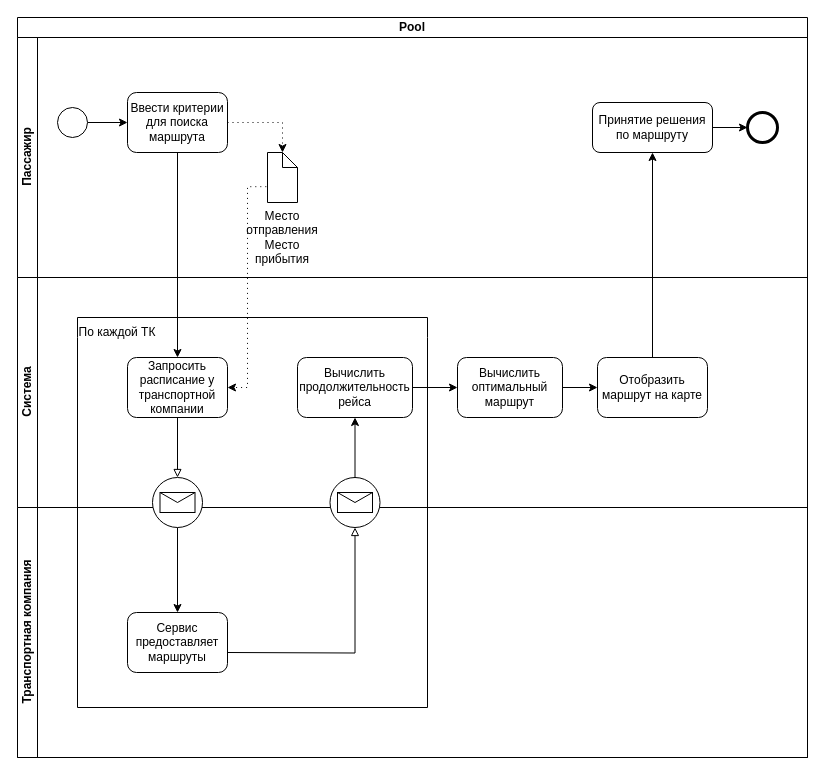
The draw.io diagram BPMN.drawio in Anaastasiya/-, before the edit. Source tidied: cells renumbered, new cells numbered last; positions are measured from the earlier drawing's top-left corner, leaving out a move shared by most shapes. Both pictures are drawn from the tidied source at 100%, with x=0, y=0 at pixel (17, 17).
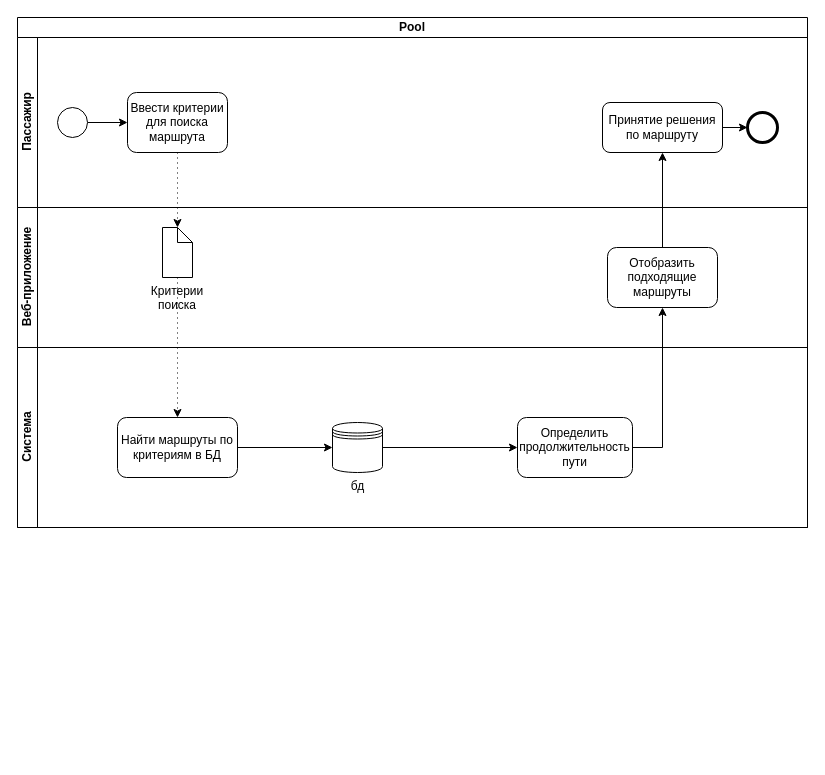
The same diagram, later.

The change refers to these unchanged cells:
```xml
<mxCell id="7" value="Ввести критерии для поиска маршрута" style="html=1;whiteSpace=wrap;rounded=1;" parent="3" vertex="1">
  <mxGeometry x="110" y="55" width="100" height="60" as="geometry" />
</mxCell>
```

Diff of the diagram source:
```diff
@@
     <mxCell id="2" value="Pool" style="swimlane;html=1;horizontal=1;startSize=20;whiteSpace=wrap;" parent="1" vertex="1">
-      <mxGeometry width="790" height="740" as="geometry" />
+      <mxGeometry width="790" height="510" as="geometry" />
     </mxCell>
     <mxCell id="3" value="Пассажир" style="swimlane;html=1;startSize=20;horizontal=0;" parent="2" vertex="1">
-      <mxGeometry y="20" width="790" height="240" as="geometry" />
+      <mxGeometry y="20" width="790" height="170" as="geometry" />
     </mxCell>
@@
-    <mxCell id="6" style="edgeStyle=orthogonalEdgeStyle;rounded=0;jettySize=auto;html=1;exitX=1;exitY=0.5;exitDx=0;exitDy=0;entryX=0;entryY=0;entryDx=15;entryDy=0;entryPerimeter=0;endArrow=classic;endFill=1;dashed=1;dashPattern=1 4;" parent="3" edge="1" source="7" target="8">
-      <mxGeometry relative="1" as="geometry" />
-    </mxCell>
@@
-    <mxCell id="8" value="Место отправления&lt;br&gt;Место прибытия" style="shape=mxgraph.bpmn.data;labelPosition=center;verticalLabelPosition=bottom;align=center;verticalAlign=top;whiteSpace=wrap;size=15;html=1;" parent="3" vertex="1">
-      <mxGeometry x="250" y="115" width="30" height="50" as="geometry" />
-    </mxCell>
@@
     <mxCell id="10" value="Принятие решения по маршруту" style="html=1;whiteSpace=wrap;rounded=1;" parent="3" vertex="1">
-      <mxGeometry x="575" y="65" width="120" height="50" as="geometry" />
+      <mxGeometry x="585" y="65" width="120" height="50" as="geometry" />
     </mxCell>
@@
-    <mxCell id="12" style="edgeStyle=orthogonalEdgeStyle;rounded=0;jettySize=auto;html=1;entryX=0.5;entryY=0;entryDx=0;entryDy=0;" parent="2" edge="1" source="7" target="29">
-      <mxGeometry relative="1" as="geometry" />
-    </mxCell>
+    <mxCell id="32" value="Веб-приложение" style="swimlane;html=1;startSize=20;horizontal=0;" parent="2" vertex="1">
+      <mxGeometry y="190" width="790" height="140" as="geometry" />
+    </mxCell>
+    <mxCell id="8" value="Критерии поиска" style="shape=mxgraph.bpmn.data;labelPosition=center;verticalLabelPosition=bottom;align=center;verticalAlign=top;whiteSpace=wrap;size=15;html=1;" parent="32" vertex="1">
+      <mxGeometry x="145" y="20" width="30" height="50" as="geometry" />
+    </mxCell>
+    <mxCell id="16" value="Отобразить подходящие маршруты" style="html=1;whiteSpace=wrap;rounded=1;" parent="32" vertex="1">
+      <mxGeometry x="590" y="40" width="110" height="60" as="geometry" />
+    </mxCell>
+    <mxCell id="19" style="edgeStyle=orthogonalEdgeStyle;rounded=0;jettySize=auto;html=1;endArrow=classic;endFill=1;entryX=0.5;entryY=1;entryDx=0;entryDy=0;" parent="2" edge="1" source="16" target="10">
+      <mxGeometry relative="1" as="geometry" />
+    </mxCell>
+    <mxCell id="17" style="edgeStyle=orthogonalEdgeStyle;rounded=0;jettySize=auto;html=1;endArrow=classic;endFill=1;dashed=1;dashPattern=1 4;entryX=0.5;entryY=0;entryDx=0;entryDy=0;" parent="2" edge="1" source="8" target="35">
+      <mxGeometry relative="1" as="geometry" />
+    </mxCell>
+    <mxCell id="6" style="edgeStyle=orthogonalEdgeStyle;rounded=0;jettySize=auto;html=1;exitX=0.5;exitY=1;exitDx=0;exitDy=0;entryX=0;entryY=0;entryDx=15;entryDy=0;entryPerimeter=0;endArrow=classic;endFill=1;dashed=1;dashPattern=1 4;" parent="2" edge="1" source="7" target="8">
+      <mxGeometry relative="1" as="geometry" />
+    </mxCell>
+    <mxCell id="14" style="edgeStyle=orthogonalEdgeStyle;rounded=0;jettySize=auto;html=1;endArrow=classic;endFill=1;exitX=1;exitY=0.5;exitDx=0;exitDy=0;" parent="2" edge="1" source="33" target="16">
+      <mxGeometry relative="1" as="geometry" />
+    </mxCell>
     <mxCell id="13" value="Система" style="swimlane;html=1;startSize=20;horizontal=0;" parent="2" vertex="1">
-      <mxGeometry y="260" width="790" height="230" as="geometry" />
+      <mxGeometry y="330" width="790" height="180" as="geometry" />
     </mxCell>
-    <mxCell id="14" style="edgeStyle=orthogonalEdgeStyle;rounded=0;jettySize=auto;html=1;endArrow=classic;endFill=1;" parent="13" edge="1" source="15" target="16">
-      <mxGeometry relative="1" as="geometry" />
-    </mxCell>
-    <mxCell id="15" value="Вычислить&lt;br&gt;оптимальный маршрут" style="html=1;whiteSpace=wrap;rounded=1;" parent="13" vertex="1">
-      <mxGeometry x="440" y="80" width="105" height="60" as="geometry" />
-    </mxCell>
-    <mxCell id="16" value="Отобразить маршрут на карте" style="html=1;whiteSpace=wrap;rounded=1;" parent="13" vertex="1">
-      <mxGeometry x="580" y="80" width="110" height="60" as="geometry" />
-    </mxCell>
-    <mxCell id="17" style="edgeStyle=orthogonalEdgeStyle;rounded=0;jettySize=auto;html=1;endArrow=classic;endFill=1;exitX=-0.04;exitY=0.683;exitDx=0;exitDy=0;exitPerimeter=0;entryX=1;entryY=0.5;entryDx=0;entryDy=0;dashed=1;dashPattern=1 4;" parent="2" edge="1" source="8" target="29">
-      <mxGeometry relative="1" as="geometry" />
-    </mxCell>
-    <mxCell id="18" style="edgeStyle=orthogonalEdgeStyle;rounded=0;jettySize=auto;html=1;exitX=1;exitY=0.5;exitDx=0;exitDy=0;entryX=0;entryY=0.5;entryDx=0;entryDy=0;endArrow=classic;endFill=1;" parent="2" edge="1" source="27" target="15">
+    <mxCell id="18" style="edgeStyle=orthogonalEdgeStyle;rounded=0;jettySize=auto;html=1;endArrow=classic;endFill=1;exitX=1;exitY=0.5;exitDx=0;exitDy=0;entryX=0;entryY=0.5;entryDx=0;entryDy=0;" parent="13" edge="1" source="36" target="33">
       <mxGeometry relative="1" as="geometry" />
     </mxCell>
-    <mxCell id="19" style="edgeStyle=orthogonalEdgeStyle;rounded=0;jettySize=auto;html=1;endArrow=classic;endFill=1;entryX=0.5;entryY=1;entryDx=0;entryDy=0;" parent="2" edge="1" source="16" target="10">
-      <mxGeometry relative="1" as="geometry" />
-    </mxCell>
-    <mxCell id="20" value="Транспортная компания" style="swimlane;html=1;startSize=20;horizontal=0;" parent="2" vertex="1">
-      <mxGeometry y="490" width="790" height="250" as="geometry" />
-    </mxCell>
-    <mxCell id="21" style="edgeStyle=orthogonalEdgeStyle;rounded=0;jettySize=auto;html=1;" parent="20" edge="1" source="30" target="22">
-      <mxGeometry relative="1" as="geometry" />
-    </mxCell>
-    <mxCell id="22" value="Сервис предоставляет маршруты" style="html=1;whiteSpace=wrap;rounded=1;" parent="20" vertex="1">
-      <mxGeometry x="110" y="105" width="100" height="60" as="geometry" />
-    </mxCell>
-    <mxCell id="23" style="edgeStyle=orthogonalEdgeStyle;rounded=0;jettySize=auto;html=1;endArrow=block;endFill=0;" parent="20" edge="1" target="26">
-      <mxGeometry relative="1" as="geometry">
-        <mxPoint x="210" y="145" as="sourcePoint" />
-      </mxGeometry>
-    </mxCell>
-    <mxCell id="24" style="swimlane;html=1;startSize=20;fontStyle=0;horizontal=1;swimlaneLine=0;fillColor=none;whiteSpace=wrap;" parent="20" vertex="1">
-      <mxGeometry x="60" y="-190" width="350" height="390" as="geometry" />
-    </mxCell>
-    <mxCell id="25" value="По каждой ТК" style="text;html=1;strokeColor=none;fillColor=none;align=center;verticalAlign=middle;whiteSpace=wrap;rounded=0;" parent="24" vertex="1">
-      <mxGeometry width="80" height="30" as="geometry" />
-    </mxCell>
-    <mxCell id="26" style="points=[[0.145,0.145,0],[0.5,0,0],[0.855,0.145,0],[1,0.5,0],[0.855,0.855,0],[0.5,1,0],[0.145,0.855,0],[0,0.5,0]];shape=mxgraph.bpmn.event;html=1;verticalLabelPosition=bottom;labelBackgroundColor=#ffffff;verticalAlign=top;align=center;perimeter=ellipsePerimeter;outlineConnect=0;outline=standard;symbol=message;" parent="24" vertex="1">
-      <mxGeometry x="252.5" y="160" width="50" height="50" as="geometry" />
-    </mxCell>
-    <mxCell id="27" value="Вычислить&lt;br&gt;продолжительность рейса" style="html=1;whiteSpace=wrap;rounded=1;" parent="24" vertex="1">
-      <mxGeometry x="220" y="40" width="115" height="60" as="geometry" />
-    </mxCell>
-    <mxCell id="28" style="edgeStyle=orthogonalEdgeStyle;rounded=0;jettySize=auto;html=1;entryX=0.5;entryY=1;entryDx=0;entryDy=0;" parent="24" edge="1" source="26" target="27">
-      <mxGeometry relative="1" as="geometry" />
-    </mxCell>
-    <mxCell id="29" value="Запросить расписание у транспортной компании" style="html=1;whiteSpace=wrap;rounded=1;" parent="24" vertex="1">
-      <mxGeometry x="50" y="40" width="100" height="60" as="geometry" />
-    </mxCell>
-    <mxCell id="30" style="points=[[0.145,0.145,0],[0.5,0,0],[0.855,0.145,0],[1,0.5,0],[0.855,0.855,0],[0.5,1,0],[0.145,0.855,0],[0,0.5,0]];shape=mxgraph.bpmn.event;html=1;verticalLabelPosition=bottom;labelBackgroundColor=#ffffff;verticalAlign=top;align=center;perimeter=ellipsePerimeter;outlineConnect=0;outline=standard;symbol=message;" parent="24" vertex="1">
-      <mxGeometry x="75" y="160" width="50" height="50" as="geometry" />
-    </mxCell>
-    <mxCell id="31" style="edgeStyle=orthogonalEdgeStyle;rounded=0;jettySize=auto;html=1;endArrow=block;endFill=0;" parent="24" edge="1" source="29" target="30">
-      <mxGeometry relative="1" as="geometry" />
-    </mxCell>
+    <mxCell id="33" value="Определить&lt;br&gt;продолжительность пути" style="html=1;whiteSpace=wrap;rounded=1;" parent="13" vertex="1">
+      <mxGeometry x="500" y="70" width="115" height="60" as="geometry" />
+    </mxCell>
+    <mxCell id="34" style="edgeStyle=orthogonalEdgeStyle;rounded=0;jettySize=auto;html=1;" parent="13" edge="1" source="35" target="36">
+      <mxGeometry relative="1" as="geometry" />
+    </mxCell>
+    <mxCell id="35" value="Найти маршруты по критериям в БД" style="rounded=1;whiteSpace=wrap;html=1;" parent="13" vertex="1">
+      <mxGeometry x="100" y="70" width="120" height="60" as="geometry" />
+    </mxCell>
+    <mxCell id="36" value="бд" style="shape=datastore;html=1;labelPosition=center;verticalLabelPosition=bottom;align=center;verticalAlign=top;" parent="13" vertex="1">
+      <mxGeometry x="315" y="75" width="50" height="50" as="geometry" />
+    </mxCell>
```
